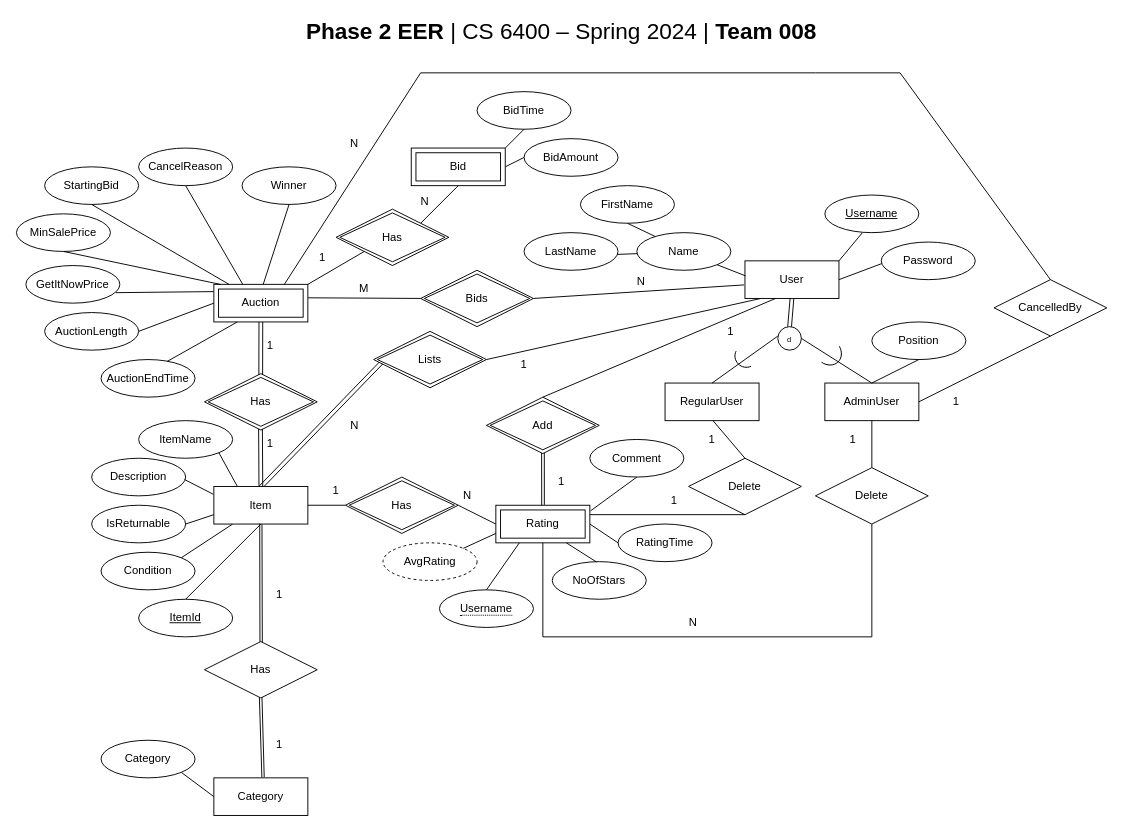
Earlier version of the draw.io diagram Phase_2/EER/eer_jnaranjo9.drawio (leileili1010/Buzzbid). Source tidied: cells renumbered, new cells numbered last; positions are measured from the earlier drawing's top-left corner, leaving out a move shared by most shapes. Both pictures are drawn from the tidied source at 94%, with x=0, y=0 at pixel (16, 16).
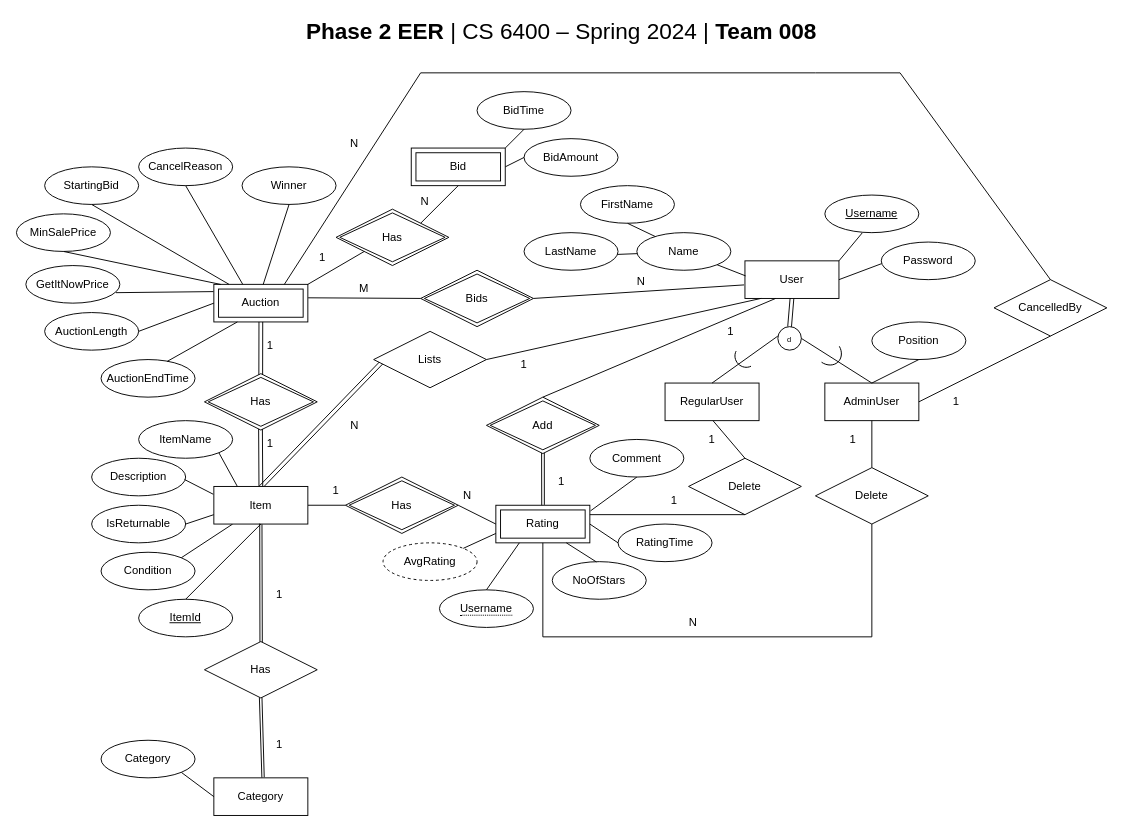
The same page after the edit.

Commit message (it also covers changes not shown here):
Update EER and EER mapping

The change refers to these unchanged cells:
```xml
<mxCell id="2" value="User" style="whiteSpace=wrap;html=1;align=center;" parent="1" vertex="1">
  <mxGeometry x="775" y="260" width="100" height="40" as="geometry" />
</mxCell>
```

Diff of the diagram source:
```diff
@@
-    <mxCell id="30" style="shape=link;html=1;rounded=0;entryX=0.075;entryY=0.542;entryDx=0;entryDy=0;exitX=0.499;exitY=0.021;exitDx=0;exitDy=0;exitPerimeter=0;entryPerimeter=0;" parent="1" edge="1" target="56">
+    <mxCell id="30" style="shape=link;html=1;rounded=0;entryX=0.075;entryY=0.542;entryDx=0;entryDy=0;exitX=0.499;exitY=0.021;exitDx=0;exitDy=0;exitPerimeter=0;entryPerimeter=0;" parent="1" edge="1">
       <mxGeometry relative="1" as="geometry">
         <mxPoint x="259.9" y="500.8" as="sourcePoint" />
+        <mxPoint x="389" y="367.5" as="targetPoint" />
       </mxGeometry>
     </mxCell>
-    <mxCell id="31" style="endArrow=none;html=1;rounded=0;entryX=0.173;entryY=0.998;entryDx=0;entryDy=0;entryPerimeter=0;exitX=1;exitY=0.5;exitDx=0;exitDy=0;" parent="1" edge="1" source="56" target="2">
-      <mxGeometry relative="1" as="geometry" />
+    <mxCell id="31" style="endArrow=none;html=1;rounded=0;entryX=0.173;entryY=0.998;entryDx=0;entryDy=0;entryPerimeter=0;exitX=1;exitY=0.5;exitDx=0;exitDy=0;" parent="1" edge="1" target="2">
+      <mxGeometry relative="1" as="geometry">
+        <mxPoint x="500" y="365" as="sourcePoint" />
+      </mxGeometry>
     </mxCell>
@@
-    <mxCell id="56" value="Lists" style="shape=rhombus;double=1;perimeter=rhombusPerimeter;whiteSpace=wrap;html=1;align=center;" parent="1" vertex="1">
-      <mxGeometry x="380" y="335" width="120" height="60" as="geometry" />
-    </mxCell>
@@
+    <mxCell id="56" value="Lists" style="shape=rhombus;perimeter=rhombusPerimeter;whiteSpace=wrap;html=1;align=center;" parent="1" vertex="1">
+      <mxGeometry x="380" y="335" width="120" height="60" as="geometry" />
+    </mxCell>
```
